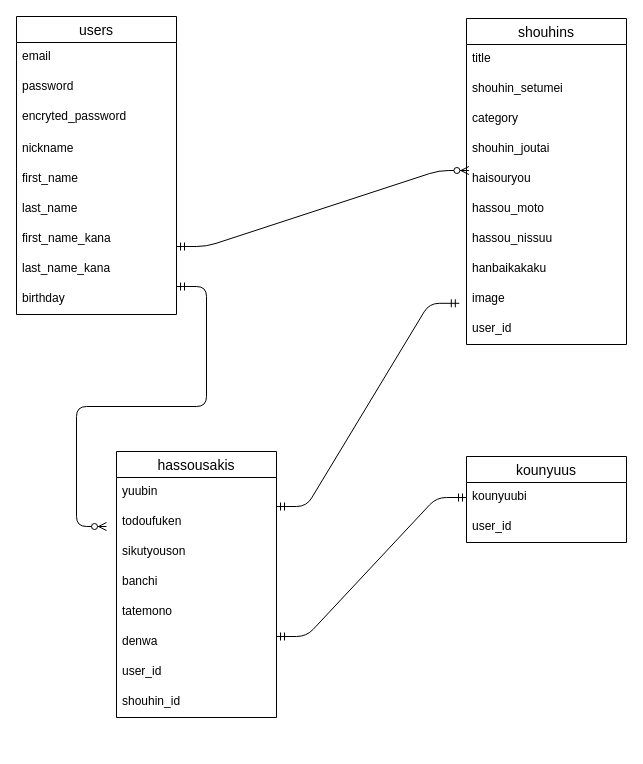
This is erz.dio from rettofe/furima-40484, a draw.io file, before an edit. Source tidied: cells renumbered, new cells numbered last; positions are measured from the earlier drawing's top-left corner, leaving out a move shared by most shapes. Both pictures are drawn from the tidied source at 100%, with x=0, y=0 at pixel (16, 16).
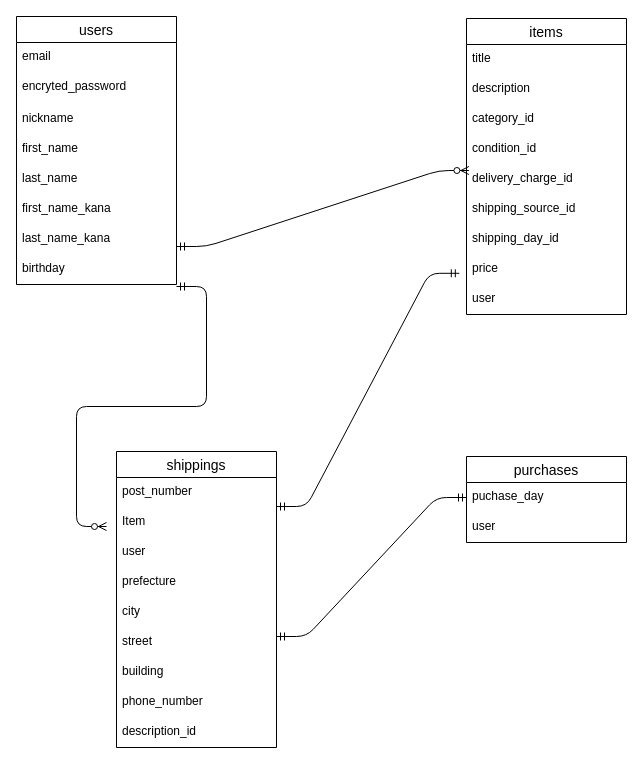
The same page after the edit.

What changed in the source:
```diff
@@
     <mxCell id="2" value="users" style="swimlane;fontStyle=0;horizontal=1;startSize=26;align=center;fontSize=14;" parent="1" vertex="1">
-      <mxGeometry width="160" height="298" as="geometry" />
+      <mxGeometry width="160" height="268" as="geometry" />
     </mxCell>
@@
-    <mxCell id="4" value="password" style="text;strokeColor=none;fillColor=none;spacingLeft=4;spacingRight=4;overflow=hidden;fontSize=12;" parent="2" vertex="1">
-      <mxGeometry y="56" width="160" height="30" as="geometry" />
-    </mxCell>
     <mxCell id="5" value="encryted_password" style="text;strokeColor=none;fillColor=none;spacingLeft=4;spacingRight=4;overflow=hidden;fontSize=12;" parent="2" vertex="1">
-      <mxGeometry y="86" width="160" height="32" as="geometry" />
+      <mxGeometry y="56" width="160" height="32" as="geometry" />
     </mxCell>
     <mxCell id="6" value="nickname" style="text;strokeColor=none;fillColor=none;spacingLeft=4;spacingRight=4;overflow=hidden;fontSize=12;" parent="2" vertex="1">
-      <mxGeometry y="118" width="160" height="30" as="geometry" />
+      <mxGeometry y="88" width="160" height="30" as="geometry" />
     </mxCell>
     <mxCell id="7" value="first_name" style="text;strokeColor=none;fillColor=none;spacingLeft=4;spacingRight=4;overflow=hidden;fontSize=12;" parent="2" vertex="1">
-      <mxGeometry y="148" width="160" height="30" as="geometry" />
+      <mxGeometry y="118" width="160" height="30" as="geometry" />
     </mxCell>
     <mxCell id="8" value="last_name" style="text;strokeColor=none;fillColor=none;spacingLeft=4;spacingRight=4;overflow=hidden;fontSize=12;" parent="2" vertex="1">
-      <mxGeometry y="178" width="160" height="30" as="geometry" />
+      <mxGeometry y="148" width="160" height="30" as="geometry" />
     </mxCell>
     <mxCell id="9" value="first_name_kana" style="text;strokeColor=none;fillColor=none;spacingLeft=4;spacingRight=4;overflow=hidden;fontSize=12;" parent="2" vertex="1">
-      <mxGeometry y="208" width="160" height="30" as="geometry" />
+      <mxGeometry y="178" width="160" height="30" as="geometry" />
     </mxCell>
     <mxCell id="10" value="last_name_kana" style="text;strokeColor=none;fillColor=none;spacingLeft=4;spacingRight=4;overflow=hidden;fontSize=12;" parent="2" vertex="1">
-      <mxGeometry y="238" width="160" height="30" as="geometry" />
+      <mxGeometry y="208" width="160" height="30" as="geometry" />
     </mxCell>
     <mxCell id="11" value="birthday" style="text;strokeColor=none;fillColor=none;spacingLeft=4;spacingRight=4;overflow=hidden;fontSize=12;" parent="2" vertex="1">
-      <mxGeometry y="268" width="160" height="30" as="geometry" />
+      <mxGeometry y="238" width="160" height="30" as="geometry" />
     </mxCell>
-    <mxCell id="12" value="shouhins" style="swimlane;fontStyle=0;horizontal=1;startSize=26;align=center;fontSize=14;" parent="1" vertex="1">
-      <mxGeometry x="450" y="2" width="160" height="326" as="geometry" />
+    <mxCell id="12" value="items" style="swimlane;fontStyle=0;horizontal=1;startSize=26;align=center;fontSize=14;" parent="1" vertex="1">
+      <mxGeometry x="450" y="2" width="160" height="296" as="geometry" />
     </mxCell>
@@
-    <mxCell id="14" value="shouhin_setumei" style="text;strokeColor=none;fillColor=none;spacingLeft=4;spacingRight=4;overflow=hidden;fontSize=12;" parent="12" vertex="1">
+    <mxCell id="14" value="description" style="text;strokeColor=none;fillColor=none;spacingLeft=4;spacingRight=4;overflow=hidden;fontSize=12;" parent="12" vertex="1">
       <mxGeometry y="56" width="160" height="30" as="geometry" />
     </mxCell>
-    <mxCell id="15" value="category" style="text;strokeColor=none;fillColor=none;spacingLeft=4;spacingRight=4;overflow=hidden;fontSize=12;" parent="12" vertex="1">
-      <mxGeometry y="86" width="160" height="30" as="geometry" />
-    </mxCell>
+    <mxCell id="39" value="category_id" style="text;strokeColor=none;fillColor=none;spacingLeft=4;spacingRight=4;overflow=hidden;fontSize=12;" parent="12" vertex="1">
+      <mxGeometry y="86" width="160" height="30" as="geometry" />
+    </mxCell>
-    <mxCell id="16" value="shouhin_joutai" style="text;strokeColor=none;fillColor=none;spacingLeft=4;spacingRight=4;overflow=hidden;fontSize=12;" parent="12" vertex="1">
+    <mxCell id="16" value="condition_id" style="text;strokeColor=none;fillColor=none;spacingLeft=4;spacingRight=4;overflow=hidden;fontSize=12;" parent="12" vertex="1">
       <mxGeometry y="116" width="160" height="30" as="geometry" />
     </mxCell>
-    <mxCell id="17" value="haisouryou" style="text;strokeColor=none;fillColor=none;spacingLeft=4;spacingRight=4;overflow=hidden;points=[[0,0.5],[1,0.5]];portConstraint=eastwest;fontSize=12;" parent="12" vertex="1">
+    <mxCell id="17" value="delivery_charge_id " style="text;strokeColor=none;fillColor=none;spacingLeft=4;spacingRight=4;overflow=hidden;points=[[0,0.5],[1,0.5]];portConstraint=eastwest;fontSize=12;" parent="12" vertex="1">
       <mxGeometry y="146" width="160" height="30" as="geometry" />
     </mxCell>
-    <mxCell id="18" value="hassou_moto" style="text;strokeColor=none;fillColor=none;spacingLeft=4;spacingRight=4;overflow=hidden;fontSize=12;" parent="12" vertex="1">
+    <mxCell id="18" value="shipping_source_id" style="text;strokeColor=none;fillColor=none;spacingLeft=4;spacingRight=4;overflow=hidden;fontSize=12;" parent="12" vertex="1">
       <mxGeometry y="176" width="160" height="30" as="geometry" />
     </mxCell>
-    <mxCell id="19" value="hassou_nissuu" style="text;strokeColor=none;fillColor=none;spacingLeft=4;spacingRight=4;overflow=hidden;fontSize=12;" parent="12" vertex="1">
+    <mxCell id="19" value="shipping_day_id" style="text;strokeColor=none;fillColor=none;spacingLeft=4;spacingRight=4;overflow=hidden;fontSize=12;" parent="12" vertex="1">
       <mxGeometry y="206" width="160" height="30" as="geometry" />
     </mxCell>
-    <mxCell id="20" value="hanbaikakaku" style="text;strokeColor=none;fillColor=none;spacingLeft=4;spacingRight=4;overflow=hidden;fontSize=12;" parent="12" vertex="1">
+    <mxCell id="20" value="price" style="text;strokeColor=none;fillColor=none;spacingLeft=4;spacingRight=4;overflow=hidden;fontSize=12;" parent="12" vertex="1">
       <mxGeometry y="236" width="160" height="30" as="geometry" />
     </mxCell>
-    <mxCell id="21" value="image" style="text;strokeColor=none;fillColor=none;spacingLeft=4;spacingRight=4;overflow=hidden;points=[[0,0.5],[1,0.5]];portConstraint=eastwest;fontSize=12;" parent="12" vertex="1">
-      <mxGeometry y="266" width="160" height="30" as="geometry" />
-    </mxCell>
-    <mxCell id="22" value="user_id" style="text;strokeColor=none;fillColor=none;spacingLeft=4;spacingRight=4;overflow=hidden;fontSize=12;" parent="12" vertex="1">
-      <mxGeometry y="296" width="160" height="30" as="geometry" />
+    <mxCell id="22" value="user" style="text;strokeColor=none;fillColor=none;spacingLeft=4;spacingRight=4;overflow=hidden;fontSize=12;" parent="12" vertex="1">
+      <mxGeometry y="266" width="160" height="30" as="geometry" />
     </mxCell>
-    <mxCell id="23" value="kounyuus" style="swimlane;fontStyle=0;horizontal=1;startSize=26;align=center;fontSize=14;" parent="1" vertex="1">
+    <mxCell id="23" value="purchases" style="swimlane;fontStyle=0;horizontal=1;startSize=26;align=center;fontSize=14;" parent="1" vertex="1">
       <mxGeometry x="450" y="440" width="160" height="86" as="geometry" />
     </mxCell>
-    <mxCell id="24" value="kounyuubi" style="text;strokeColor=none;fillColor=none;spacingLeft=4;spacingRight=4;overflow=hidden;points=[[0,0.5],[1,0.5]];portConstraint=eastwest;fontSize=12;" parent="23" vertex="1">
+    <mxCell id="24" value="puchase_day" style="text;strokeColor=none;fillColor=none;spacingLeft=4;spacingRight=4;overflow=hidden;points=[[0,0.5],[1,0.5]];portConstraint=eastwest;fontSize=12;" parent="23" vertex="1">
       <mxGeometry y="26" width="160" height="30" as="geometry" />
     </mxCell>
-    <mxCell id="25" value="user_id" style="text;strokeColor=none;fillColor=none;spacingLeft=4;spacingRight=4;overflow=hidden;fontSize=12;" parent="23" vertex="1">
+    <mxCell id="25" value="user" style="text;strokeColor=none;fillColor=none;spacingLeft=4;spacingRight=4;overflow=hidden;fontSize=12;" parent="23" vertex="1">
       <mxGeometry y="56" width="160" height="30" as="geometry" />
     </mxCell>
-    <mxCell id="26" value="hassousakis" style="swimlane;fontStyle=0;horizontal=1;startSize=26;align=center;fontSize=14;" parent="1" vertex="1">
-      <mxGeometry x="100" y="435" width="160" height="266" as="geometry" />
+    <mxCell id="26" value="shippings" style="swimlane;fontStyle=0;horizontal=1;startSize=26;align=center;fontSize=14;" parent="1" vertex="1">
+      <mxGeometry x="100" y="435" width="160" height="296" as="geometry" />
     </mxCell>
-    <mxCell id="27" value="yuubin " style="text;strokeColor=none;fillColor=none;spacingLeft=4;spacingRight=4;overflow=hidden;fontSize=12;" parent="26" vertex="1">
+    <mxCell id="27" value="post_number" style="text;strokeColor=none;fillColor=none;spacingLeft=4;spacingRight=4;overflow=hidden;fontSize=12;" parent="26" vertex="1">
       <mxGeometry y="26" width="160" height="30" as="geometry" />
     </mxCell>
-    <mxCell id="28" value="todoufuken" style="text;strokeColor=none;fillColor=none;spacingLeft=4;spacingRight=4;overflow=hidden;fontSize=12;" parent="26" vertex="1">
-      <mxGeometry y="56" width="160" height="30" as="geometry" />
-    </mxCell>
+    <mxCell id="40" value="Item" style="text;strokeColor=none;fillColor=none;spacingLeft=4;spacingRight=4;overflow=hidden;fontSize=12;" parent="26" vertex="1">
+      <mxGeometry y="56" width="160" height="30" as="geometry" />
+    </mxCell>
+    <mxCell id="33" value="user&#10;" style="text;strokeColor=none;fillColor=none;spacingLeft=4;spacingRight=4;overflow=hidden;fontSize=12;" parent="26" vertex="1">
+      <mxGeometry y="86" width="160" height="30" as="geometry" />
+    </mxCell>
+    <mxCell id="41" value="prefecture" style="text;strokeColor=none;fillColor=none;spacingLeft=4;spacingRight=4;overflow=hidden;fontSize=12;" parent="26" vertex="1">
+      <mxGeometry y="116" width="160" height="30" as="geometry" />
+    </mxCell>
-    <mxCell id="29" value="sikutyouson" style="text;strokeColor=none;fillColor=none;spacingLeft=4;spacingRight=4;overflow=hidden;fontSize=12;" parent="26" vertex="1">
-      <mxGeometry y="86" width="160" height="30" as="geometry" />
+    <mxCell id="29" value="city" style="text;strokeColor=none;fillColor=none;spacingLeft=4;spacingRight=4;overflow=hidden;fontSize=12;" parent="26" vertex="1">
+      <mxGeometry y="146" width="160" height="30" as="geometry" />
     </mxCell>
-    <mxCell id="30" value="banchi" style="text;strokeColor=none;fillColor=none;spacingLeft=4;spacingRight=4;overflow=hidden;fontSize=12;" parent="26" vertex="1">
-      <mxGeometry y="116" width="160" height="30" as="geometry" />
+    <mxCell id="30" value="street" style="text;strokeColor=none;fillColor=none;spacingLeft=4;spacingRight=4;overflow=hidden;fontSize=12;" parent="26" vertex="1">
+      <mxGeometry y="176" width="160" height="30" as="geometry" />
     </mxCell>
-    <mxCell id="31" value="tatemono" style="text;strokeColor=none;fillColor=none;spacingLeft=4;spacingRight=4;overflow=hidden;fontSize=12;" parent="26" vertex="1">
-      <mxGeometry y="146" width="160" height="30" as="geometry" />
+    <mxCell id="31" value="building" style="text;strokeColor=none;fillColor=none;spacingLeft=4;spacingRight=4;overflow=hidden;fontSize=12;" parent="26" vertex="1">
+      <mxGeometry y="206" width="160" height="30" as="geometry" />
     </mxCell>
-    <mxCell id="32" value="denwa" style="text;strokeColor=none;fillColor=none;spacingLeft=4;spacingRight=4;overflow=hidden;fontSize=12;" parent="26" vertex="1">
-      <mxGeometry y="176" width="160" height="30" as="geometry" />
+    <mxCell id="32" value="phone_number" style="text;strokeColor=none;fillColor=none;spacingLeft=4;spacingRight=4;overflow=hidden;fontSize=12;" parent="26" vertex="1">
+      <mxGeometry y="236" width="160" height="30" as="geometry" />
     </mxCell>
-    <mxCell id="33" value="user_id&#10;" style="text;strokeColor=none;fillColor=none;spacingLeft=4;spacingRight=4;overflow=hidden;fontSize=12;" parent="26" vertex="1">
-      <mxGeometry y="206" width="160" height="30" as="geometry" />
-    </mxCell>
-    <mxCell id="34" value="shouhin_id" style="text;strokeColor=none;fillColor=none;spacingLeft=4;spacingRight=4;overflow=hidden;fontSize=12;" parent="26" vertex="1">
-      <mxGeometry y="236" width="160" height="30" as="geometry" />
+    <mxCell id="34" value="description_id" style="text;strokeColor=none;fillColor=none;spacingLeft=4;spacingRight=4;overflow=hidden;fontSize=12;" parent="26" vertex="1">
+      <mxGeometry y="266" width="160" height="30" as="geometry" />
     </mxCell>
@@
-    <mxCell id="36" style="edgeStyle=entityRelationEdgeStyle;fontSize=12;html=1;endArrow=ERmandOne;startArrow=ERmandOne;entryX=-0.045;entryY=0.627;entryDx=0;entryDy=0;entryPerimeter=0;" parent="1" edge="1" target="21">
+    <mxCell id="36" style="edgeStyle=entityRelationEdgeStyle;fontSize=12;html=1;endArrow=ERmandOne;startArrow=ERmandOne;entryX=-0.045;entryY=0.627;entryDx=0;entryDy=0;entryPerimeter=0;" parent="1" edge="1">
       <mxGeometry relative="1" as="geometry">
         <mxPoint x="260" y="490" as="sourcePoint" />
+        <mxPoint x="442.8" y="256.8" as="targetPoint" />
       </mxGeometry>
     </mxCell>
```
